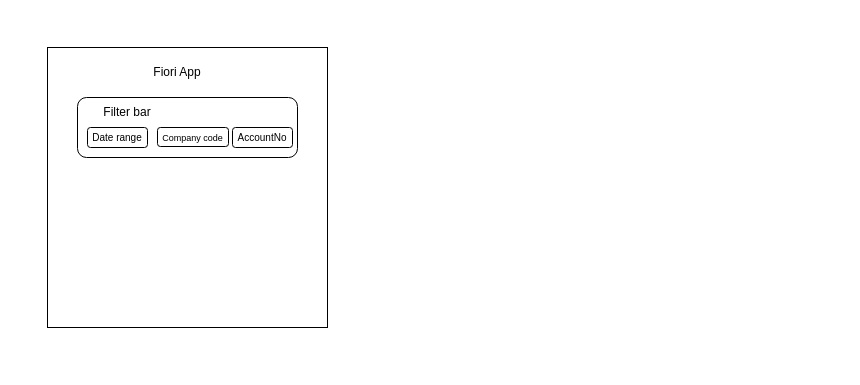
Earlier version of the draw.io diagram Treasury call account.drawio (parthibaraja87/workflowtest). Source tidied: cells renumbered, new cells numbered last; positions are measured from the earlier drawing's top-left corner, leaving out a move shared by most shapes. Both pictures are drawn from the tidied source at 100%, with x=0, y=0 at pixel (47, 47).
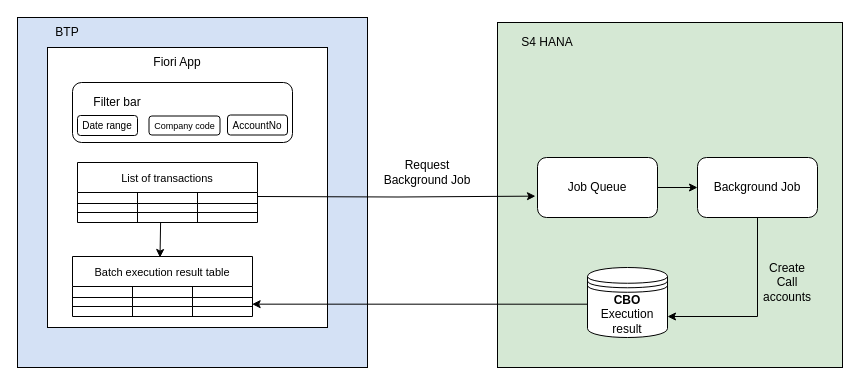
The same diagram, later.

Change to the diagram source:
```diff
@@
+    <mxCell id="9" style="whiteSpace=wrap;html=1;fillColor=#D4E1F5;" parent="1" vertex="1">
+      <mxGeometry x="-30" y="-30" width="350" height="350" as="geometry" />
+    </mxCell>
@@
     <mxCell id="3" value="Fiori App" style="text;html=1;align=center;verticalAlign=middle;whiteSpace=wrap;rounded=0;" parent="1" vertex="1">
-      <mxGeometry x="100" y="10" width="60" height="30" as="geometry" />
+      <mxGeometry x="100" width="60" height="30" as="geometry" />
     </mxCell>
     <mxCell id="4" style="rounded=1;whiteSpace=wrap;html=1;" parent="1" vertex="1">
-      <mxGeometry x="30" y="50" width="220" height="60" as="geometry" />
+      <mxGeometry x="25" y="35" width="220" height="60" as="geometry" />
     </mxCell>
     <mxCell id="5" value="Filter bar" style="text;html=1;align=center;verticalAlign=middle;whiteSpace=wrap;rounded=0;" parent="1" vertex="1">
-      <mxGeometry x="50" y="50" width="60" height="30" as="geometry" />
+      <mxGeometry x="40" y="40" width="60" height="30" as="geometry" />
     </mxCell>
     <mxCell id="6" value="&lt;font style=&quot;font-size: 10px;&quot;&gt;Date range&lt;/font&gt;" style="rounded=1;whiteSpace=wrap;html=1;" parent="1" vertex="1">
-      <mxGeometry x="40" y="80" width="60" height="20" as="geometry" />
+      <mxGeometry x="30" y="68" width="60" height="20" as="geometry" />
     </mxCell>
     <mxCell id="7" value="&lt;font style=&quot;font-size: 9px;&quot;&gt;Company code&lt;/font&gt;" style="rounded=1;whiteSpace=wrap;html=1;" parent="1" vertex="1">
-      <mxGeometry x="110" y="80" width="71" height="19" as="geometry" />
+      <mxGeometry x="101.5" y="68.5" width="71" height="19" as="geometry" />
     </mxCell>
     <mxCell id="8" value="&lt;font style=&quot;font-size: 10px;&quot;&gt;AccountNo&lt;/font&gt;" style="rounded=1;whiteSpace=wrap;html=1;" parent="1" vertex="1">
-      <mxGeometry x="185" y="80" width="60" height="20" as="geometry" />
+      <mxGeometry x="180" y="67.5" width="60" height="20" as="geometry" />
     </mxCell>
+    <mxCell id="10" value="List of transactions" style="shape=table;startSize=30;childLayout=tableLayout;strokeColor=default;fontSize=11;" parent="1" vertex="1">
+      <mxGeometry x="30" y="115" width="180" height="60" as="geometry" />
+    </mxCell>
+    <mxCell id="11" style="shape=tableRow;horizontal=0;startSize=0;swimlaneHead=0;swimlaneBody=0;strokeColor=inherit;top=0;left=0;bottom=0;right=0;fillColor=none;fontSize=16;" parent="10" vertex="1">
+      <mxGeometry y="30" width="180" height="11" as="geometry" />
+    </mxCell>
+    <mxCell id="12" style="shape=partialRectangle;html=1;whiteSpace=wrap;strokeColor=inherit;overflow=hidden;fillColor=none;top=0;left=0;bottom=0;right=0;fontSize=16;" parent="11" vertex="1">
+      <mxGeometry width="60" height="11" as="geometry" />
+    </mxCell>
+    <mxCell id="13" style="shape=partialRectangle;html=1;whiteSpace=wrap;strokeColor=inherit;overflow=hidden;fillColor=none;top=0;left=0;bottom=0;right=0;fontSize=16;" parent="11" vertex="1">
+      <mxGeometry x="60" width="60" height="11" as="geometry" />
+    </mxCell>
+    <mxCell id="14" style="shape=partialRectangle;html=1;whiteSpace=wrap;strokeColor=inherit;overflow=hidden;fillColor=none;top=0;left=0;bottom=0;right=0;fontSize=16;" parent="11" vertex="1">
+      <mxGeometry x="120" width="60" height="11" as="geometry" />
+    </mxCell>
+    <mxCell id="15" style="shape=tableRow;horizontal=0;startSize=0;swimlaneHead=0;swimlaneBody=0;strokeColor=inherit;top=0;left=0;bottom=0;right=0;fillColor=none;fontSize=16;" parent="10" vertex="1">
+      <mxGeometry y="41" width="180" height="9" as="geometry" />
+    </mxCell>
+    <mxCell id="16" style="shape=partialRectangle;html=1;whiteSpace=wrap;strokeColor=inherit;overflow=hidden;fillColor=none;top=0;left=0;bottom=0;right=0;fontSize=16;" parent="15" vertex="1">
+      <mxGeometry width="60" height="9" as="geometry" />
+    </mxCell>
+    <mxCell id="17" style="shape=partialRectangle;html=1;whiteSpace=wrap;strokeColor=inherit;overflow=hidden;fillColor=none;top=0;left=0;bottom=0;right=0;fontSize=16;" parent="15" vertex="1">
+      <mxGeometry x="60" width="60" height="9" as="geometry" />
+    </mxCell>
+    <mxCell id="18" style="shape=partialRectangle;html=1;whiteSpace=wrap;strokeColor=inherit;overflow=hidden;fillColor=none;top=0;left=0;bottom=0;right=0;fontSize=16;" parent="15" vertex="1">
+      <mxGeometry x="120" width="60" height="9" as="geometry" />
+    </mxCell>
+    <mxCell id="19" style="shape=tableRow;horizontal=0;startSize=0;swimlaneHead=0;swimlaneBody=0;strokeColor=inherit;top=0;left=0;bottom=0;right=0;fillColor=none;fontSize=16;" parent="10" vertex="1">
+      <mxGeometry y="50" width="180" height="10" as="geometry" />
+    </mxCell>
+    <mxCell id="20" style="shape=partialRectangle;html=1;whiteSpace=wrap;strokeColor=inherit;overflow=hidden;fillColor=none;top=0;left=0;bottom=0;right=0;fontSize=16;" parent="19" vertex="1">
+      <mxGeometry width="60" height="10" as="geometry" />
+    </mxCell>
+    <mxCell id="21" style="shape=partialRectangle;html=1;whiteSpace=wrap;strokeColor=inherit;overflow=hidden;fillColor=none;top=0;left=0;bottom=0;right=0;fontSize=16;" parent="19" vertex="1">
+      <mxGeometry x="60" width="60" height="10" as="geometry" />
+    </mxCell>
+    <mxCell id="22" style="shape=partialRectangle;html=1;whiteSpace=wrap;strokeColor=inherit;overflow=hidden;fillColor=none;top=0;left=0;bottom=0;right=0;fontSize=16;" parent="19" vertex="1">
+      <mxGeometry x="120" width="60" height="10" as="geometry" />
+    </mxCell>
+    <mxCell id="23" value="Batch execution result table" style="shape=table;startSize=30;childLayout=tableLayout;strokeColor=default;fontSize=11;" parent="1" vertex="1">
+      <mxGeometry x="25" y="209" width="180" height="60" as="geometry" />
+    </mxCell>
+    <mxCell id="24" style="shape=tableRow;horizontal=0;startSize=0;swimlaneHead=0;swimlaneBody=0;strokeColor=inherit;top=0;left=0;bottom=0;right=0;fillColor=none;fontSize=16;" parent="23" vertex="1">
+      <mxGeometry y="30" width="180" height="11" as="geometry" />
+    </mxCell>
+    <mxCell id="25" style="shape=partialRectangle;html=1;whiteSpace=wrap;strokeColor=inherit;overflow=hidden;fillColor=none;top=0;left=0;bottom=0;right=0;fontSize=16;" parent="24" vertex="1">
+      <mxGeometry width="60" height="11" as="geometry" />
+    </mxCell>
+    <mxCell id="26" style="shape=partialRectangle;html=1;whiteSpace=wrap;strokeColor=inherit;overflow=hidden;fillColor=none;top=0;left=0;bottom=0;right=0;fontSize=16;" parent="24" vertex="1">
+      <mxGeometry x="60" width="60" height="11" as="geometry" />
+    </mxCell>
+    <mxCell id="27" style="shape=partialRectangle;html=1;whiteSpace=wrap;strokeColor=inherit;overflow=hidden;fillColor=none;top=0;left=0;bottom=0;right=0;fontSize=16;" parent="24" vertex="1">
+      <mxGeometry x="120" width="60" height="11" as="geometry" />
+    </mxCell>
+    <mxCell id="28" style="shape=tableRow;horizontal=0;startSize=0;swimlaneHead=0;swimlaneBody=0;strokeColor=inherit;top=0;left=0;bottom=0;right=0;fillColor=none;fontSize=16;" parent="23" vertex="1">
+      <mxGeometry y="41" width="180" height="9" as="geometry" />
+    </mxCell>
+    <mxCell id="29" style="shape=partialRectangle;html=1;whiteSpace=wrap;strokeColor=inherit;overflow=hidden;fillColor=none;top=0;left=0;bottom=0;right=0;fontSize=16;" parent="28" vertex="1">
+      <mxGeometry width="60" height="9" as="geometry" />
+    </mxCell>
+    <mxCell id="30" style="shape=partialRectangle;html=1;whiteSpace=wrap;strokeColor=inherit;overflow=hidden;fillColor=none;top=0;left=0;bottom=0;right=0;fontSize=16;" parent="28" vertex="1">
+      <mxGeometry x="60" width="60" height="9" as="geometry" />
+    </mxCell>
+    <mxCell id="31" style="shape=partialRectangle;html=1;whiteSpace=wrap;strokeColor=inherit;overflow=hidden;fillColor=none;top=0;left=0;bottom=0;right=0;fontSize=16;" parent="28" vertex="1">
+      <mxGeometry x="120" width="60" height="9" as="geometry" />
+    </mxCell>
+    <mxCell id="32" style="shape=tableRow;horizontal=0;startSize=0;swimlaneHead=0;swimlaneBody=0;strokeColor=inherit;top=0;left=0;bottom=0;right=0;fillColor=none;points=[[0,0.5],[1,0.5]];portConstraint=eastwest;fontSize=16;" parent="23" vertex="1">
+      <mxGeometry y="50" width="180" height="10" as="geometry" />
+    </mxCell>
+    <mxCell id="33" style="shape=partialRectangle;html=1;whiteSpace=wrap;strokeColor=inherit;overflow=hidden;fillColor=none;top=0;left=0;bottom=0;right=0;fontSize=16;" parent="32" vertex="1">
+      <mxGeometry width="60" height="10" as="geometry" />
+    </mxCell>
+    <mxCell id="34" style="shape=partialRectangle;html=1;whiteSpace=wrap;strokeColor=inherit;overflow=hidden;fillColor=none;top=0;left=0;bottom=0;right=0;fontSize=16;" parent="32" vertex="1">
+      <mxGeometry x="60" width="60" height="10" as="geometry" />
+    </mxCell>
+    <mxCell id="35" style="shape=partialRectangle;html=1;whiteSpace=wrap;strokeColor=inherit;overflow=hidden;fillColor=none;top=0;left=0;bottom=0;right=0;fontSize=16;" parent="32" vertex="1">
+      <mxGeometry x="120" width="60" height="10" as="geometry" />
+    </mxCell>
+    <mxCell id="36" style="endArrow=classic;html=1;rounded=0;exitX=0.456;exitY=1;exitDx=0;exitDy=0;exitPerimeter=0;" parent="1" edge="1">
+      <mxGeometry relative="1" as="geometry">
+        <mxPoint x="113.1" y="175" as="sourcePoint" />
+        <mxPoint x="112.5" y="210" as="targetPoint" />
+      </mxGeometry>
+    </mxCell>
+    <mxCell id="37" value="BTP" style="text;html=1;align=center;verticalAlign=middle;whiteSpace=wrap;rounded=0;" parent="1" vertex="1">
+      <mxGeometry x="-10" y="-30" width="60" height="30" as="geometry" />
+    </mxCell>
+    <mxCell id="38" style="whiteSpace=wrap;html=1;fillColor=#D5E8D4;" parent="1" vertex="1">
+      <mxGeometry x="450" y="-25" width="345" height="345" as="geometry" />
+    </mxCell>
+    <mxCell id="39" value="S4 HANA" style="text;html=1;align=center;verticalAlign=middle;whiteSpace=wrap;rounded=0;" parent="1" vertex="1">
+      <mxGeometry x="470" y="-20" width="60" height="30" as="geometry" />
+    </mxCell>
+    <mxCell id="40" style="edgeStyle=orthogonalEdgeStyle;rounded=0;jettySize=auto;html=1;entryX=0.998;entryY=-0.233;entryDx=0;entryDy=0;entryPerimeter=0;exitX=0;exitY=0.7;exitDx=0;exitDy=0;" parent="1" edge="1" source="47" target="32">
+      <mxGeometry relative="1" as="geometry">
+        <Array as="points">
+          <mxPoint x="540" y="257" />
+        </Array>
+      </mxGeometry>
+    </mxCell>
+    <mxCell id="41" style="edgeStyle=orthogonalEdgeStyle;rounded=0;jettySize=auto;html=1;entryX=-0.017;entryY=0.644;entryDx=0;entryDy=0;entryPerimeter=0;" parent="1" edge="1" target="44">
+      <mxGeometry relative="1" as="geometry">
+        <mxPoint x="210" y="149" as="sourcePoint" />
+      </mxGeometry>
+    </mxCell>
+    <mxCell id="42" value="Request Background Job" style="text;html=1;align=center;verticalAlign=middle;whiteSpace=wrap;rounded=0;" parent="1" vertex="1">
+      <mxGeometry x="330" y="110" width="100" height="30" as="geometry" />
+    </mxCell>
+    <mxCell id="43" style="edgeStyle=orthogonalEdgeStyle;rounded=0;jettySize=auto;html=1;" parent="1" edge="1" source="44" target="46">
+      <mxGeometry relative="1" as="geometry" />
+    </mxCell>
+    <mxCell id="44" value="Job Queue" style="rounded=1;whiteSpace=wrap;html=1;" parent="1" vertex="1">
+      <mxGeometry x="490" y="110" width="120" height="60" as="geometry" />
+    </mxCell>
+    <mxCell id="45" style="edgeStyle=orthogonalEdgeStyle;rounded=0;jettySize=auto;html=1;entryX=1;entryY=0.7;entryDx=0;entryDy=0;exitX=0.5;exitY=1;exitDx=0;exitDy=0;" parent="1" edge="1" source="46" target="47">
+      <mxGeometry relative="1" as="geometry" />
+    </mxCell>
+    <mxCell id="46" value="Background Job" style="rounded=1;whiteSpace=wrap;html=1;" parent="1" vertex="1">
+      <mxGeometry x="650" y="110" width="120" height="60" as="geometry" />
+    </mxCell>
+    <mxCell id="47" value="&lt;b&gt;CBO&lt;/b&gt; Execution result" style="shape=datastore;whiteSpace=wrap;html=1;" parent="1" vertex="1">
+      <mxGeometry x="540" y="220" width="80" height="70" as="geometry" />
+    </mxCell>
+    <mxCell id="48" value="Create Call accounts" style="text;html=1;align=center;verticalAlign=middle;whiteSpace=wrap;rounded=0;" parent="1" vertex="1">
+      <mxGeometry x="710" y="220" width="60" height="30" as="geometry" />
+    </mxCell>
```
